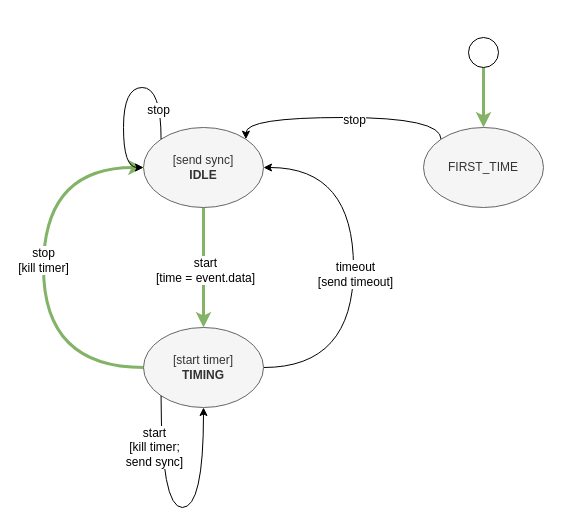
Before: page "Timer State Machine" (3 of 8) of drawing.drawio in guitarvydas/ag-js-3, a draw.io diagram. Source tidied: cells renumbered, new cells numbered last; positions are measured from the earlier drawing's top-left corner, leaving out a move shared by most shapes. Both pictures are drawn from the tidied source at 100%, with x=0, y=0 at pixel (43, 37).
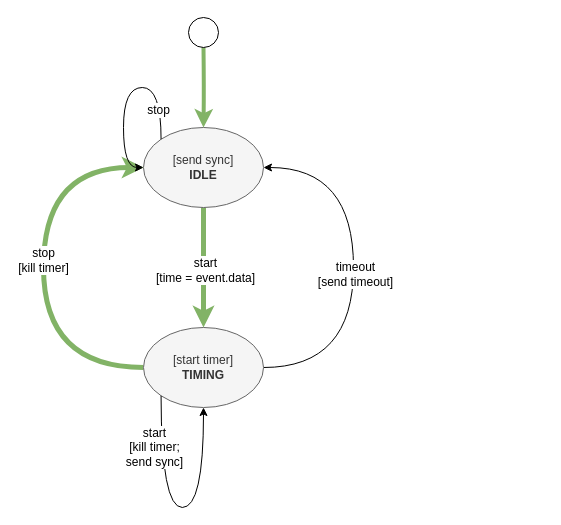
After the change.

Unchanged cells that the change refers to:
```xml
<mxCell id="4" value="[send sync]&lt;br&gt;&lt;b&gt;IDLE&lt;/b&gt;" style="ellipse;whiteSpace=wrap;html=1;fillColor=#f5f5f5;strokeColor=#666666;fontColor=#333333;" parent="1" vertex="1">
  <mxGeometry x="100" y="90" width="120" height="80" as="geometry" />
</mxCell>
<mxCell id="9" value="[start timer]&lt;br&gt;&lt;b&gt;TIMING&lt;/b&gt;" style="ellipse;whiteSpace=wrap;html=1;fillColor=#f5f5f5;strokeColor=#666666;fontColor=#333333;" parent="1" vertex="1">
  <mxGeometry x="100" y="290" width="120" height="80" as="geometry" />
</mxCell>
```

The edit, as a diff of the source:
```diff
@@
-    <mxCell id="2" style="edgeStyle=orthogonalEdgeStyle;rounded=0;jettySize=auto;html=1;exitX=0.5;exitY=1;exitDx=0;exitDy=0;entryX=0.5;entryY=0;entryDx=0;entryDy=0;fillColor=#d5e8d4;strokeColor=#82b366;strokeWidth=3;" parent="1" edge="1" source="4" target="9">
+    <mxCell id="2" style="edgeStyle=orthogonalEdgeStyle;rounded=0;jettySize=auto;html=1;exitX=0.5;exitY=1;exitDx=0;exitDy=0;entryX=0.5;entryY=0;entryDx=0;entryDy=0;fillColor=#d5e8d4;strokeColor=#82b366;strokeWidth=5;" parent="1" edge="1" source="4" target="9">
       <mxGeometry relative="1" as="geometry" />
     </mxCell>
@@
-    <mxCell id="5" style="edgeStyle=orthogonalEdgeStyle;curved=1;jettySize=auto;html=1;exitX=0;exitY=0.5;exitDx=0;exitDy=0;entryX=0;entryY=0.5;entryDx=0;entryDy=0;fillColor=#d5e8d4;strokeColor=#82b366;strokeWidth=3;" parent="1" edge="1" source="9" target="4">
+    <mxCell id="5" style="edgeStyle=orthogonalEdgeStyle;curved=1;jettySize=auto;html=1;exitX=0;exitY=0.5;exitDx=0;exitDy=0;entryX=0;entryY=0.5;entryDx=0;entryDy=0;fillColor=#d5e8d4;strokeColor=#82b366;strokeWidth=5;" parent="1" edge="1" source="9" target="4">
       <mxGeometry relative="1" as="geometry">
         <Array as="points">
           <mxPoint y="330" />
           <mxPoint y="130" />
         </Array>
       </mxGeometry>
     </mxCell>
@@
-    <mxCell id="14" style="edgeStyle=orthogonalEdgeStyle;curved=1;jettySize=auto;html=1;fillColor=#d5e8d4;strokeColor=#82b366;strokeWidth=3;entryX=0.5;entryY=0;entryDx=0;entryDy=0;" parent="1" edge="1" source="15" target="18">
-      <mxGeometry relative="1" as="geometry" />
+    <mxCell id="14" style="edgeStyle=orthogonalEdgeStyle;curved=1;jettySize=auto;html=1;fillColor=#d5e8d4;strokeColor=#82b366;strokeWidth=4;entryX=0.5;entryY=0;entryDx=0;entryDy=0;" parent="1" edge="1" target="4">
+      <mxGeometry relative="1" as="geometry">
+        <mxPoint x="160" y="10" as="sourcePoint" />
+      </mxGeometry>
     </mxCell>
     <mxCell id="15" style="ellipse;whiteSpace=wrap;html=1;" parent="1" vertex="1">
-      <mxGeometry x="425" width="30" height="30" as="geometry" />
+      <mxGeometry x="145" y="-20" width="30" height="30" as="geometry" />
     </mxCell>
-    <mxCell id="16" style="edgeStyle=orthogonalEdgeStyle;curved=1;jettySize=auto;html=1;exitX=0;exitY=0;exitDx=0;exitDy=0;entryX=1;entryY=0;entryDx=0;entryDy=0;strokeWidth=1;" parent="1" edge="1" source="18" target="4">
-      <mxGeometry relative="1" as="geometry">
-        <Array as="points">
-          <mxPoint x="398" y="80" />
-          <mxPoint x="202" y="80" />
-        </Array>
-      </mxGeometry>
-    </mxCell>
-    <mxCell id="17" value="stop" style="text;html=1;align=center;verticalAlign=middle;labelBackgroundColor=#ffffff;" parent="16" vertex="1">
-      <mxGeometry x="-0.37" y="2" relative="1" as="geometry">
-        <mxPoint x="-34" as="offset" />
-      </mxGeometry>
-    </mxCell>
-    <mxCell id="18" value="FIRST_TIME" style="ellipse;whiteSpace=wrap;html=1;fillColor=#f5f5f5;strokeColor=#666666;fontColor=#333333;" parent="1" vertex="1">
-      <mxGeometry x="380" y="90" width="120" height="80" as="geometry" />
-    </mxCell>
```
